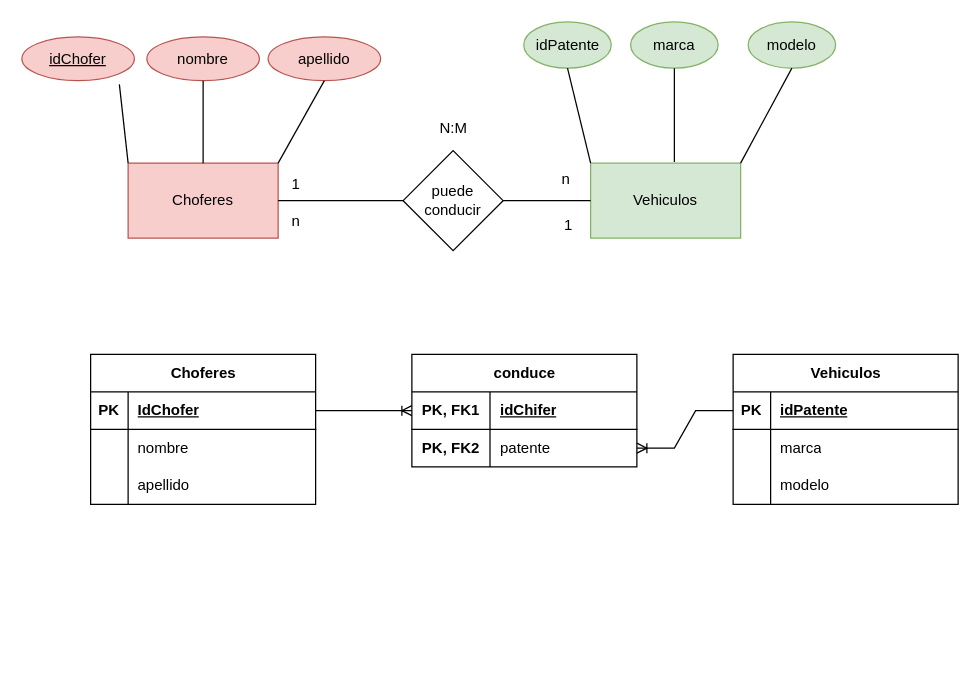
This is BDClaseUno.drawio from jesicaacosta/PracticasAutocadMedios1, a draw.io file, before an edit. Source tidied: cells renumbered, new cells numbered last; positions are measured from the earlier drawing's top-left corner, leaving out a move shared by most shapes. Both pictures are drawn from the tidied source at 125%, with x=0, y=0 at pixel (21, 21).
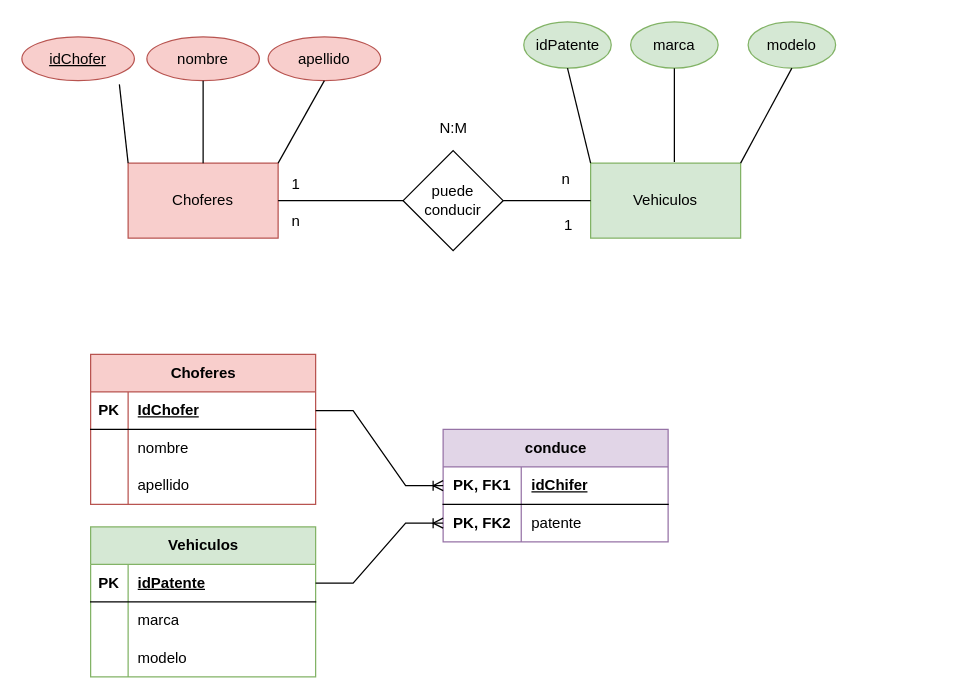
The same diagram, later.

Unchanged cells that the change refers to:
```xml
<mxCell id="38" style="shape=tableRow;horizontal=0;startSize=0;swimlaneHead=0;swimlaneBody=0;fillColor=none;points=[[0,0.5],[1,0.5]];portConstraint=eastwest;top=0;left=0;right=0;bottom=0;" parent="34" vertex="1">
  <mxGeometry y="60" width="180" height="30" as="geometry" />
</mxCell>
<mxCell id="42" style="shape=tableRow;horizontal=0;startSize=0;swimlaneHead=0;swimlaneBody=0;fillColor=none;points=[[0,0.5],[1,0.5]];portConstraint=eastwest;top=0;left=0;right=0;bottom=1;" parent="41" vertex="1">
  <mxGeometry y="30" width="180" height="30" as="geometry" />
</mxCell>
```

Diff of the diagram source:
```diff
@@
-    <mxCell id="24" value="Choferes" style="shape=table;startSize=30;childLayout=tableLayout;rowLines=0;fontStyle=1;align=center;html=1;" parent="1" vertex="1">
+    <mxCell id="24" value="Choferes" style="shape=table;startSize=30;childLayout=tableLayout;rowLines=0;fontStyle=1;align=center;html=1;fillColor=#f8cecc;strokeColor=#b85450;" parent="1" vertex="1">
       <mxGeometry x="55" y="266" width="180" height="120" as="geometry" />
     </mxCell>
@@
-    <mxCell id="34" value="conduce" style="shape=table;startSize=30;childLayout=tableLayout;rowLines=0;fontStyle=1;align=center;html=1;" parent="1" vertex="1">
-      <mxGeometry x="312" y="266" width="180" height="90" as="geometry" />
+    <mxCell id="34" value="conduce" style="shape=table;startSize=30;childLayout=tableLayout;rowLines=0;fontStyle=1;align=center;html=1;fillColor=#e1d5e7;strokeColor=#9673a6;" parent="1" vertex="1">
+      <mxGeometry x="337" y="326" width="180" height="90" as="geometry" />
     </mxCell>
@@
-    <mxCell id="41" value="Vehiculos" style="shape=table;startSize=30;childLayout=tableLayout;rowLines=0;fontStyle=1;align=center;html=1;" parent="1" vertex="1">
-      <mxGeometry x="569" y="266" width="180" height="120" as="geometry" />
+    <mxCell id="41" value="Vehiculos" style="shape=table;startSize=30;childLayout=tableLayout;rowLines=0;fontStyle=1;align=center;html=1;fillColor=#d5e8d4;strokeColor=#82b366;" parent="1" vertex="1">
+      <mxGeometry x="55" y="404" width="180" height="120" as="geometry" />
     </mxCell>
@@
-    <mxCell id="52" style="edgeStyle=entityRelationEdgeStyle;fontSize=12;html=1;endArrow=ERoneToMany;rounded=0;exitX=0;exitY=0.5;exitDx=0;exitDy=0;entryX=1;entryY=0.5;entryDx=0;entryDy=0;" parent="1" edge="1" source="42" target="38">
+    <mxCell id="52" style="edgeStyle=entityRelationEdgeStyle;fontSize=12;html=1;endArrow=ERoneToMany;rounded=0;exitX=1;exitY=0.5;exitDx=0;exitDy=0;entryX=0;entryY=0.5;entryDx=0;entryDy=0;" parent="1" edge="1" source="42" target="38">
       <mxGeometry relative="1" as="geometry">
         <Array as="points">
           <mxPoint x="536.5" y="471" />
         </Array>
       </mxGeometry>
     </mxCell>
```
